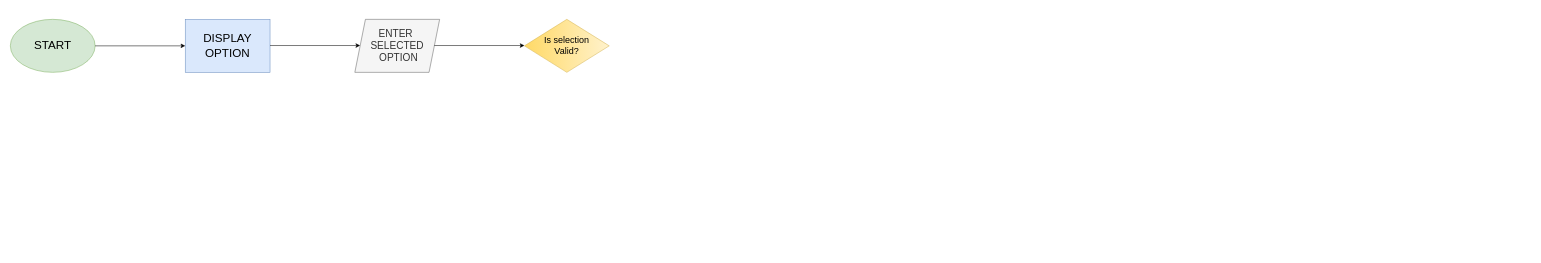
Sudaishii/Sys_Flowchart keeps this draw.io diagram as main.drawio. Above is the earlier version. Source tidied: cells renumbered, new cells numbered last; positions are measured from the earlier drawing's top-left corner, leaving out a move shared by most shapes. Both pictures are drawn from the tidied source at 53%, with x=0, y=0 at pixel (10, 19).
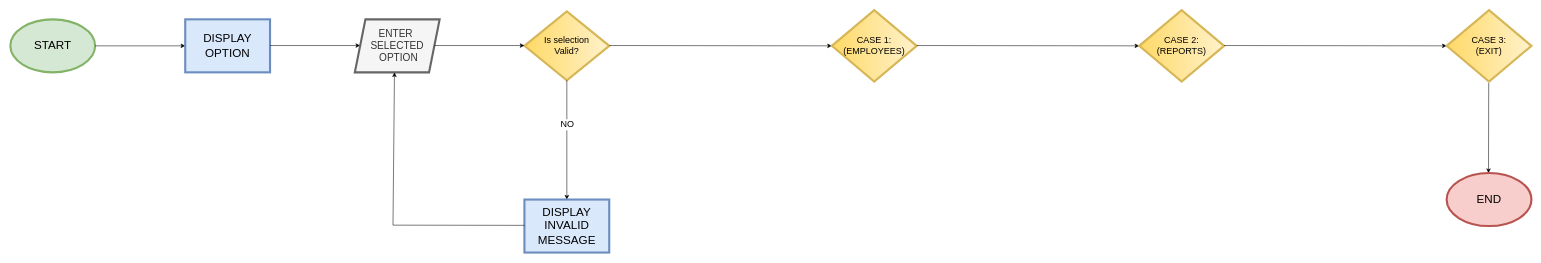
Above is the later version.

The edit, as a diff of the source:
```diff
@@
-    <mxCell id="2" value="&lt;font style=&quot;font-size: 22px;&quot;&gt;START&lt;/font&gt;" style="ellipse;whiteSpace=wrap;html=1;fillColor=#d5e8d4;strokeColor=#82b366;" parent="1" vertex="1">
+    <mxCell id="2" value="&lt;font style=&quot;font-size: 22px;&quot;&gt;START&lt;/font&gt;" style="ellipse;whiteSpace=wrap;html=1;fillColor=#d5e8d4;strokeColor=#82b366;strokeWidth=4;" parent="1" vertex="1">
       <mxGeometry width="160" height="100" as="geometry" />
     </mxCell>
@@
-    <mxCell id="4" value="&lt;font style=&quot;font-size: 22px;&quot;&gt;DISPLAY OPTION&lt;/font&gt;" style="rounded=0;whiteSpace=wrap;html=1;fillColor=#dae8fc;strokeColor=#6c8ebf;" parent="1" vertex="1">
+    <mxCell id="4" value="&lt;font style=&quot;font-size: 22px;&quot;&gt;DISPLAY OPTION&lt;/font&gt;" style="rounded=0;whiteSpace=wrap;html=1;fillColor=#dae8fc;strokeColor=#6c8ebf;strokeWidth=4;" parent="1" vertex="1">
       <mxGeometry x="330" width="160" height="100" as="geometry" />
     </mxCell>
@@
-    <mxCell id="6" value="&lt;font style=&quot;font-size: 19px;&quot;&gt;ENTER&amp;nbsp;&lt;/font&gt;&lt;div style=&quot;font-size: 19px;&quot;&gt;&lt;font style=&quot;font-size: 19px;&quot;&gt;SELECTED&lt;/font&gt;&lt;div style=&quot;&quot;&gt;&lt;font style=&quot;font-size: 19px;&quot;&gt;&amp;nbsp;OPTION&lt;/font&gt;&lt;/div&gt;&lt;/div&gt;" style="shape=parallelogram;perimeter=parallelogramPerimeter;whiteSpace=wrap;html=1;fixedSize=1;align=center;fillColor=#f5f5f5;fontColor=#333333;strokeColor=#666666;" parent="1" vertex="1">
+    <mxCell id="6" value="&lt;font style=&quot;font-size: 19px;&quot;&gt;ENTER&amp;nbsp;&lt;/font&gt;&lt;div style=&quot;font-size: 19px;&quot;&gt;&lt;font style=&quot;font-size: 19px;&quot;&gt;SELECTED&lt;/font&gt;&lt;div style=&quot;&quot;&gt;&lt;font style=&quot;font-size: 19px;&quot;&gt;&amp;nbsp;OPTION&lt;/font&gt;&lt;/div&gt;&lt;/div&gt;" style="shape=parallelogram;perimeter=parallelogramPerimeter;whiteSpace=wrap;html=1;fixedSize=1;align=center;fillColor=#f5f5f5;fontColor=#333333;strokeColor=#666666;strokeWidth=4;" parent="1" vertex="1">
       <mxGeometry x="650" width="160" height="100" as="geometry" />
     </mxCell>
-    <mxCell id="7" value="&lt;font style=&quot;font-size: 17px;&quot;&gt;Is selection&lt;/font&gt;&lt;div style=&quot;font-size: 17px;&quot;&gt;&lt;font style=&quot;font-size: 17px;&quot;&gt;Valid?&lt;/font&gt;&lt;/div&gt;" style="rhombus;whiteSpace=wrap;html=1;direction=south;fillColor=#fff2cc;strokeColor=#d6b656;gradientColor=#ffd966;" parent="1" vertex="1">
-      <mxGeometry x="970" width="160" height="100" as="geometry" />
+    <mxCell id="7" value="&lt;font style=&quot;font-size: 17px;&quot;&gt;Is selection&lt;/font&gt;&lt;div style=&quot;font-size: 17px;&quot;&gt;&lt;font style=&quot;font-size: 17px;&quot;&gt;Valid?&lt;/font&gt;&lt;/div&gt;" style="rhombus;whiteSpace=wrap;html=1;direction=south;fillColor=#fff2cc;strokeColor=#d6b656;gradientColor=#ffd966;strokeWidth=4;" parent="1" vertex="1">
+      <mxGeometry x="970" y="-15" width="160" height="130" as="geometry" />
     </mxCell>
@@
+    <mxCell id="9" style="endArrow=classic;html=1;rounded=0;exitX=1;exitY=0.5;exitDx=0;exitDy=0;" parent="1" edge="1" source="7">
+      <mxGeometry relative="1" as="geometry">
+        <mxPoint x="1050" y="340" as="targetPoint" />
+      </mxGeometry>
+    </mxCell>
+    <mxCell id="10" value="&lt;font style=&quot;font-size: 17px;&quot;&gt;NO&lt;/font&gt;" style="edgeLabel;html=1;align=center;verticalAlign=middle;" parent="9" vertex="1">
+      <mxGeometry x="-0.26" relative="1" as="geometry" />
+    </mxCell>
+    <mxCell id="11" value="&lt;font style=&quot;font-size: 22px;&quot;&gt;DISPLAY&lt;br&gt;INVALID&lt;br&gt;MESSAGE&lt;/font&gt;" style="rounded=0;whiteSpace=wrap;html=1;fillColor=#dae8fc;strokeColor=#6c8ebf;strokeWidth=4;" parent="1" vertex="1">
+      <mxGeometry x="970" y="340" width="160" height="100" as="geometry" />
+    </mxCell>
+    <mxCell id="12" style="endArrow=classic;html=1;rounded=0;exitX=1;exitY=0.5;exitDx=0;exitDy=0;entryX=0.455;entryY=1.007;entryDx=0;entryDy=0;entryPerimeter=0;" parent="1" edge="1">
+      <mxGeometry relative="1" as="geometry">
+        <mxPoint x="970" y="388.7" as="sourcePoint" />
+        <mxPoint x="724.8" y="100" as="targetPoint" />
+        <Array as="points">
+          <mxPoint x="722" y="388.3" />
+        </Array>
+      </mxGeometry>
+    </mxCell>
+    <mxCell id="13" style="endArrow=classic;html=1;rounded=0;exitX=1;exitY=0.5;exitDx=0;exitDy=0;" parent="1" edge="1">
+      <mxGeometry relative="1" as="geometry">
+        <mxPoint x="1130" y="49.4" as="sourcePoint" />
+        <mxPoint x="1550" y="50" as="targetPoint" />
+      </mxGeometry>
+    </mxCell>
+    <mxCell id="14" value="&lt;span style=&quot;font-size: 17px;&quot;&gt;CASE 1:&lt;br&gt;(EMPLOYEES)&lt;/span&gt;" style="rhombus;whiteSpace=wrap;html=1;direction=south;fillColor=#fff2cc;strokeColor=#d6b656;gradientColor=#ffd966;strokeWidth=4;" parent="1" vertex="1">
+      <mxGeometry x="1550" y="-17.5" width="160" height="135" as="geometry" />
+    </mxCell>
+    <mxCell id="15" style="endArrow=classic;html=1;rounded=0;exitX=1;exitY=0.5;exitDx=0;exitDy=0;" parent="1" edge="1">
+      <mxGeometry relative="1" as="geometry">
+        <mxPoint x="1710" y="49.4" as="sourcePoint" />
+        <mxPoint x="2130" y="50" as="targetPoint" />
+      </mxGeometry>
+    </mxCell>
+    <mxCell id="16" value="&lt;span style=&quot;font-size: 17px;&quot;&gt;CASE 2:(REPORTS)&lt;/span&gt;" style="rhombus;whiteSpace=wrap;html=1;direction=south;fillColor=#fff2cc;strokeColor=#d6b656;gradientColor=#ffd966;strokeWidth=4;" parent="1" vertex="1">
+      <mxGeometry x="2130" y="-17.5" width="160" height="135" as="geometry" />
+    </mxCell>
+    <mxCell id="17" style="endArrow=classic;html=1;rounded=0;exitX=1;exitY=0.5;exitDx=0;exitDy=0;" parent="1" edge="1">
+      <mxGeometry relative="1" as="geometry">
+        <mxPoint x="2290" y="49.4" as="sourcePoint" />
+        <mxPoint x="2710" y="50" as="targetPoint" />
+      </mxGeometry>
+    </mxCell>
+    <mxCell id="18" value="&lt;span style=&quot;font-size: 17px;&quot;&gt;CASE 3:&lt;/span&gt;&lt;div&gt;&lt;span style=&quot;font-size: 17px;&quot;&gt;(EXIT)&lt;/span&gt;&lt;/div&gt;" style="rhombus;whiteSpace=wrap;html=1;direction=south;fillColor=#fff2cc;strokeColor=#d6b656;gradientColor=#ffd966;strokeWidth=4;" parent="1" vertex="1">
+      <mxGeometry x="2710" y="-17.5" width="160" height="135" as="geometry" />
+    </mxCell>
+    <mxCell id="19" style="endArrow=classic;html=1;rounded=0;exitX=1;exitY=0.5;exitDx=0;exitDy=0;" parent="1" edge="1">
+      <mxGeometry relative="1" as="geometry">
+        <mxPoint x="2789.4" y="120" as="sourcePoint" />
+        <mxPoint x="2789" y="290" as="targetPoint" />
+      </mxGeometry>
+    </mxCell>
+    <mxCell id="20" value="&lt;font style=&quot;font-size: 22px;&quot;&gt;END&lt;/font&gt;" style="ellipse;whiteSpace=wrap;html=1;fillColor=#f8cecc;strokeColor=#b85450;strokeWidth=4;" parent="1" vertex="1">
+      <mxGeometry x="2710" y="290" width="160" height="100" as="geometry" />
+    </mxCell>
```
